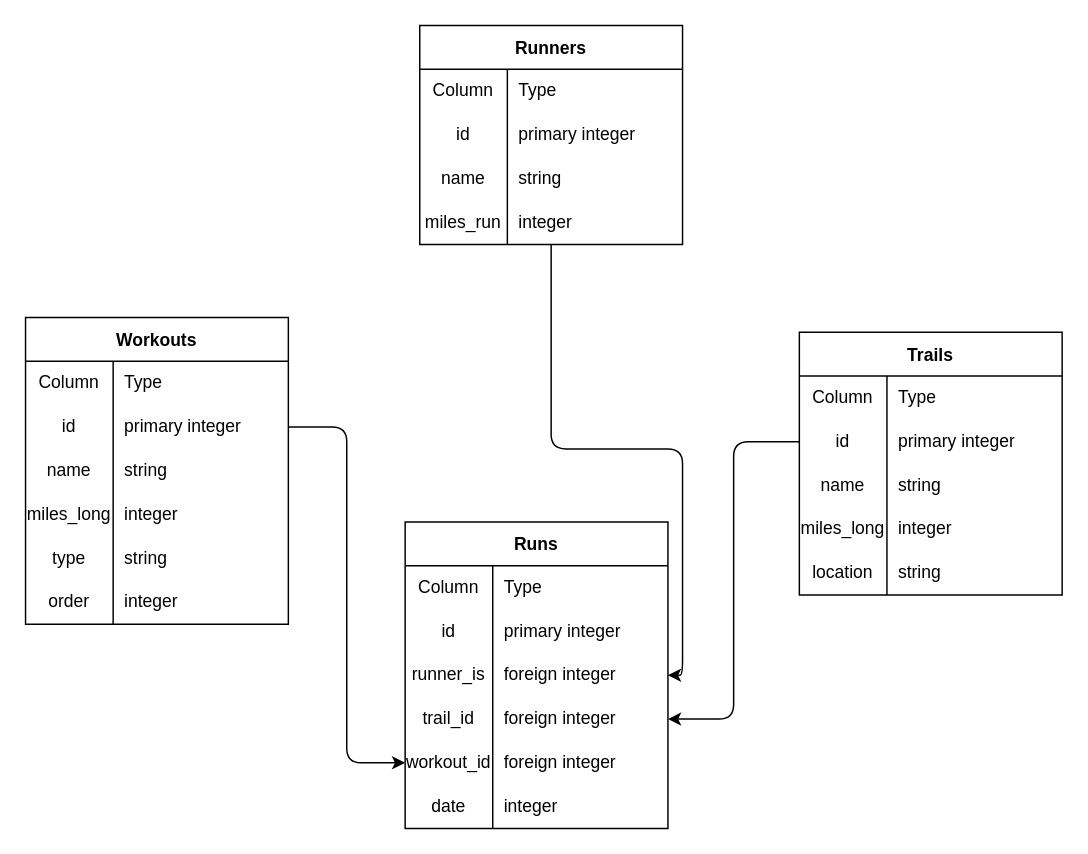
Above: lib/marathon-minder-erd.drawio in clambiase08/marathon-manager (draw.io), before the change. Source tidied: cells renumbered, new cells numbered last; positions are measured from the earlier drawing's top-left corner, leaving out a move shared by most shapes. Both pictures are drawn from the tidied source at 146%, with x=0, y=0 at pixel (25, 25).
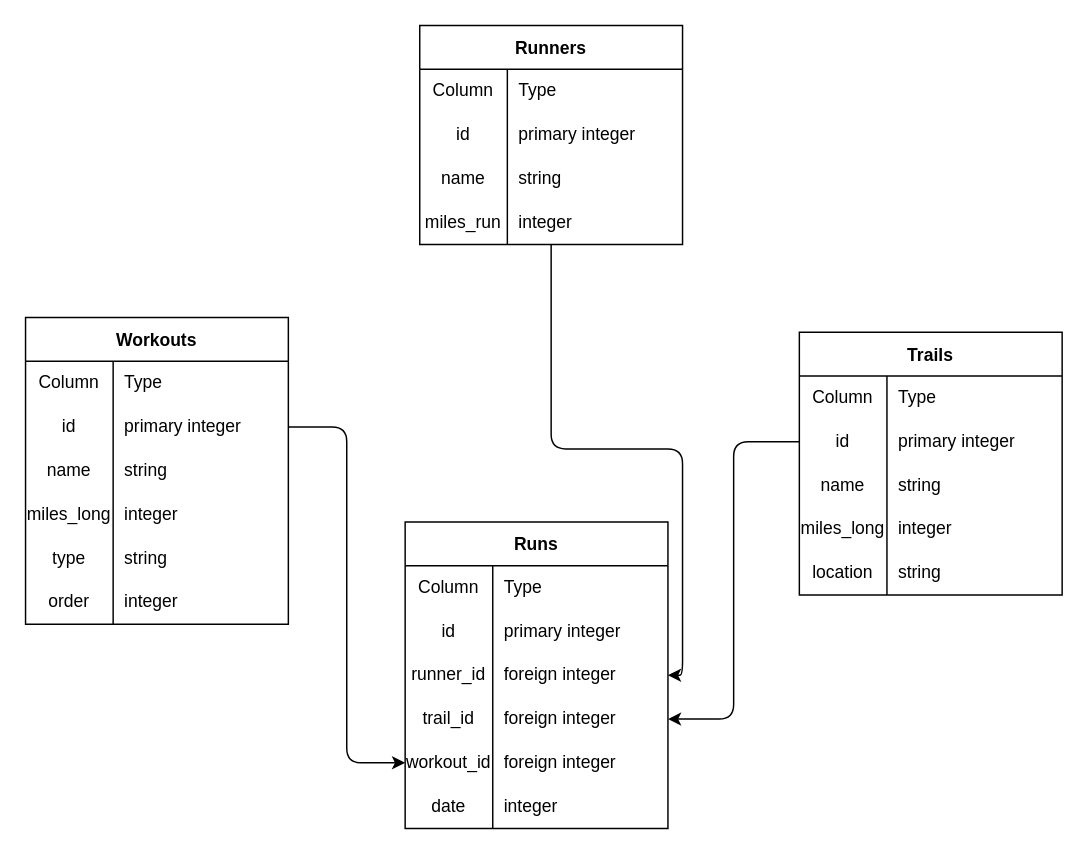
The same diagram, later.

The change refers to these unchanged cells:
```xml
<mxCell id="60" style="shape=tableRow;horizontal=0;startSize=0;swimlaneHead=0;swimlaneBody=0;top=0;left=0;bottom=0;right=0;fillColor=none;points=[[0,0.5],[1,0.5]];portConstraint=eastwest;" parent="53" vertex="1">
  <mxGeometry y="90" width="180" height="30" as="geometry" />
</mxCell>
```

What changed in the source:
```diff
@@
-    <mxCell id="61" value="runner_is" style="shape=partialRectangle;html=1;whiteSpace=wrap;fillColor=none;top=0;left=0;bottom=0;right=0;overflow=hidden;" parent="60" vertex="1">
+    <mxCell id="61" value="runner_id" style="shape=partialRectangle;html=1;whiteSpace=wrap;fillColor=none;top=0;left=0;bottom=0;right=0;overflow=hidden;" parent="60" vertex="1">
       <mxGeometry width="60" height="30" as="geometry" />
     </mxCell>
```
